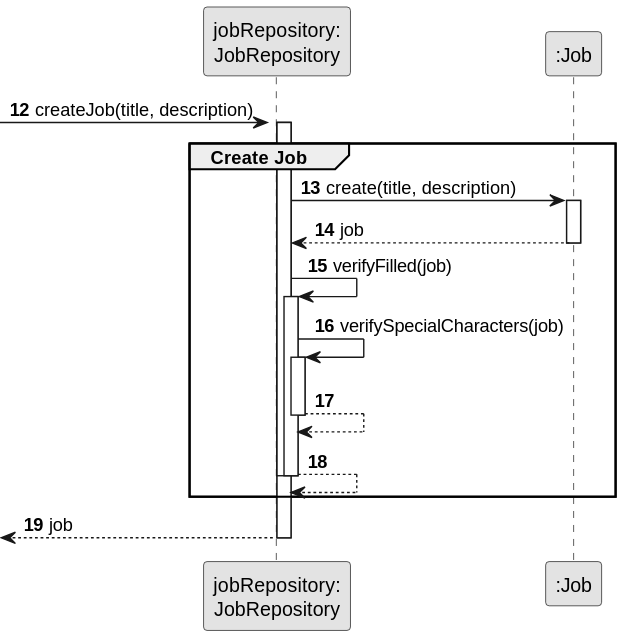
Above: docs/sprintB/us002/03.design/svg/us002-sequence-diagram-partial-create-job.svg in ricardomm7/leaflink (PlantUML), before the change. Its diagram source:
```plantuml
@startuml
skinparam monochrome true
skinparam packageStyle rectangle
skinparam shadowing false

autonumber 12

participant "jobRepository:\nJobRepository" as JobRepository
participant ":Job" as Job
-> JobRepository : createJob(title, description)
activate JobRepository

group Create Job
activate JobRepository

    JobRepository -> Job : create(title, description)
        activate Job
        Job --> JobRepository : job
        deactivate Job

    JobRepository -> JobRepository : verifyFilled(job)
        activate JobRepository
        JobRepository -> JobRepository : verifySpecialCharacters(job)
        activate JobRepository
        JobRepository --> JobRepository
        deactivate JobRepository
    JobRepository --> JobRepository
    deactivate JobRepository

deactivate JobRepository
end
<-- JobRepository : job
deactivate JobRepository
@enduml
```
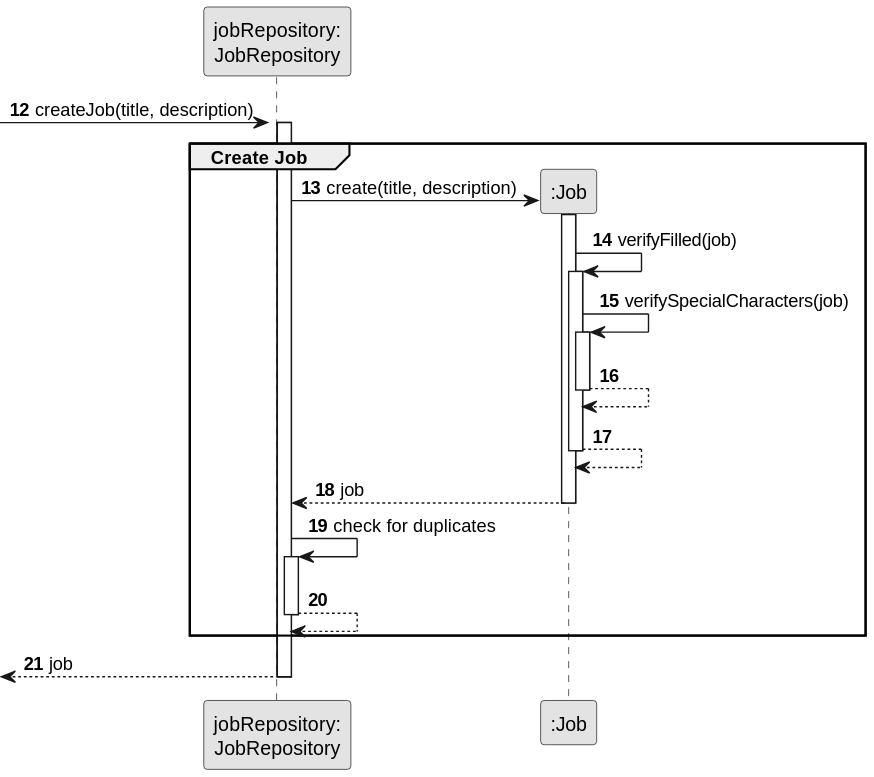
The same file after the commit.

Change to the diagram source:
```diff
@@ -13,22 +13,26 @@
 group Create Job
 activate JobRepository
 
-    JobRepository -> Job : create(title, description)
+    JobRepository -> Job** : create(title, description)
         activate Job
-        Job --> JobRepository : job
+
+    Job -> Job : verifyFilled(job)
+        activate Job
+        Job -> Job : verifySpecialCharacters(job)
+        activate Job
+        Job --> Job
         deactivate Job
-
-    JobRepository -> JobRepository : verifyFilled(job)
-        activate JobRepository
-        JobRepository -> JobRepository : verifySpecialCharacters(job)
-        activate JobRepository
-        JobRepository --> JobRepository
-        deactivate JobRepository
+    Job --> Job
+    deactivate Job
+    Job --> JobRepository : job
+    deactivate Job
+    JobRepository -> JobRepository : check for duplicates
+    activate JobRepository
     JobRepository --> JobRepository
-    deactivate JobRepository
-
 deactivate JobRepository
+    deactivate Job
 end
 <-- JobRepository : job
 deactivate JobRepository
+deactivate JobRepository
 @enduml
```
